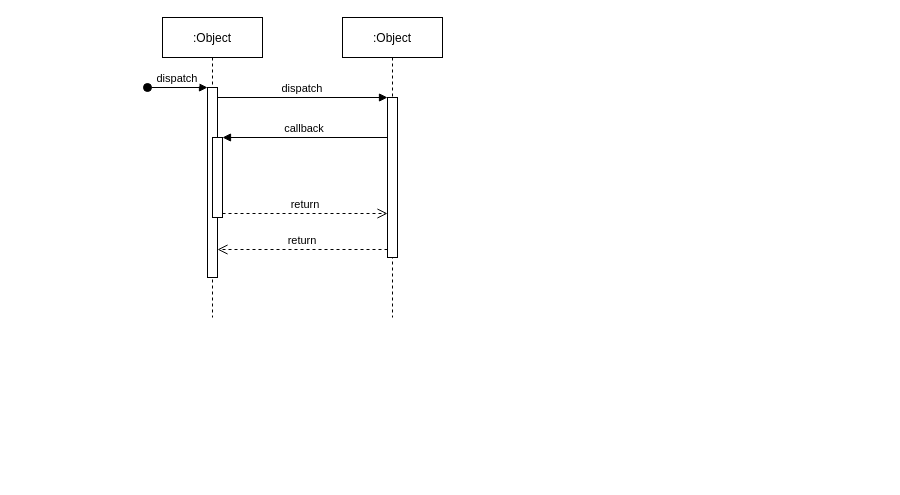
songlongGithub/CustomDemo keeps this draw.io diagram as Untitled Diagram.drawio. Above is the earlier version. Source tidied: cells renumbered, new cells numbered last; positions are measured from the earlier drawing's top-left corner, leaving out a move shared by most shapes. Both pictures are drawn from the tidied source at 100%, with x=0, y=0 at pixel (147, 17).
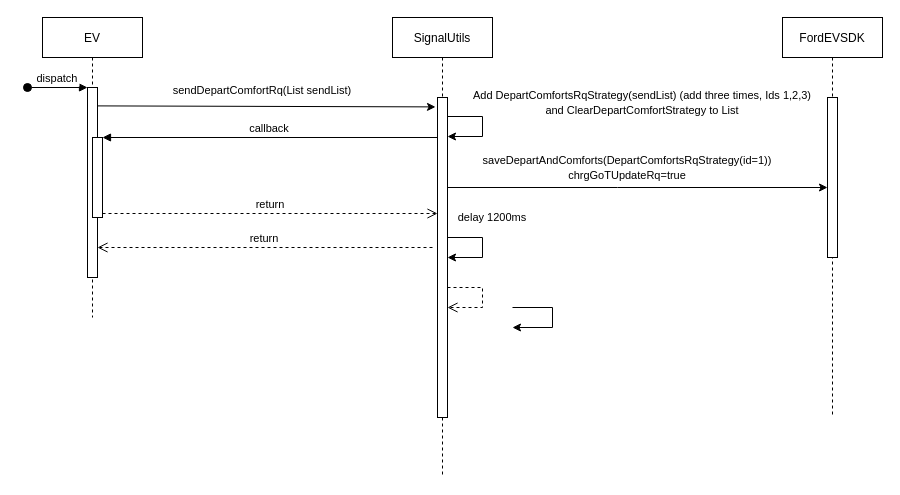
Above is the later version.

Unchanged cells that the change refers to:
```xml
<mxCell id="3" style="points=[];perimeter=orthogonalPerimeter;rounded=0;shadow=0;strokeWidth=1;" parent="2" vertex="1">
  <mxGeometry x="45" y="70" width="10" height="190" as="geometry" />
</mxCell>
```

Diff of the diagram source:
```diff
@@
-    <mxCell id="2" value=":Object" style="shape=umlLifeline;perimeter=lifelinePerimeter;rounded=0;shadow=0;strokeWidth=1;" parent="1" vertex="1">
-      <mxGeometry x="15" width="100" height="300" as="geometry" />
+    <mxCell id="2" value="EV" style="shape=umlLifeline;perimeter=lifelinePerimeter;rounded=0;shadow=0;strokeWidth=1;" parent="1" vertex="1">
+      <mxGeometry x="-105" width="100" height="300" as="geometry" />
     </mxCell>
@@
-    <mxCell id="6" value=":Object" style="shape=umlLifeline;perimeter=lifelinePerimeter;rounded=0;shadow=0;strokeWidth=1;" parent="1" vertex="1">
-      <mxGeometry x="195" width="100" height="300" as="geometry" />
+    <mxCell id="6" value="SignalUtils" style="shape=umlLifeline;perimeter=lifelinePerimeter;rounded=0;shadow=0;strokeWidth=1;" parent="1" vertex="1">
+      <mxGeometry x="245" width="100" height="460" as="geometry" />
     </mxCell>
     <mxCell id="7" style="points=[];perimeter=orthogonalPerimeter;rounded=0;shadow=0;strokeWidth=1;" parent="6" vertex="1">
-      <mxGeometry x="45" y="80" width="10" height="160" as="geometry" />
+      <mxGeometry x="45" y="80" width="10" height="320" as="geometry" />
     </mxCell>
+    <mxCell id="12" style="endArrow=none;html=1;rounded=0;labelBackgroundColor=default;fontFamily=Verdana;fontColor=default;" parent="6" edge="1">
+      <mxGeometry relative="1" as="geometry">
+        <mxPoint x="55" y="99" as="sourcePoint" />
+        <mxPoint x="90" y="99" as="targetPoint" />
+      </mxGeometry>
+    </mxCell>
+    <mxCell id="13" style="endArrow=none;html=1;rounded=0;labelBackgroundColor=default;fontFamily=Verdana;fontColor=default;" parent="6" edge="1">
+      <mxGeometry relative="1" as="geometry">
+        <mxPoint x="90" y="119" as="sourcePoint" />
+        <mxPoint x="90" y="99" as="targetPoint" />
+      </mxGeometry>
+    </mxCell>
+    <mxCell id="14" style="endArrow=classic;html=1;rounded=0;labelBackgroundColor=default;fontFamily=Verdana;fontColor=default;" parent="6" edge="1">
+      <mxGeometry relative="1" as="geometry">
+        <mxPoint x="90" y="119" as="sourcePoint" />
+        <mxPoint x="55" y="119" as="targetPoint" />
+      </mxGeometry>
+    </mxCell>
+    <mxCell id="15" style="endArrow=none;html=1;rounded=0;labelBackgroundColor=default;fontFamily=Verdana;fontColor=default;" parent="6" edge="1">
+      <mxGeometry relative="1" as="geometry">
+        <mxPoint x="55" y="220" as="sourcePoint" />
+        <mxPoint x="90" y="220" as="targetPoint" />
+      </mxGeometry>
+    </mxCell>
+    <mxCell id="16" style="endArrow=none;html=1;rounded=0;labelBackgroundColor=default;fontFamily=Verdana;fontColor=default;" parent="6" edge="1">
+      <mxGeometry relative="1" as="geometry">
+        <mxPoint x="90" y="240" as="sourcePoint" />
+        <mxPoint x="90" y="220" as="targetPoint" />
+      </mxGeometry>
+    </mxCell>
+    <mxCell id="17" style="endArrow=classic;html=1;rounded=0;labelBackgroundColor=default;fontFamily=Verdana;fontColor=default;" parent="6" edge="1">
+      <mxGeometry relative="1" as="geometry">
+        <mxPoint x="90" y="240" as="sourcePoint" />
+        <mxPoint x="55" y="240" as="targetPoint" />
+      </mxGeometry>
+    </mxCell>
+    <mxCell id="18" style="html=1;verticalAlign=bottom;endArrow=open;dashed=1;endSize=8;rounded=0;labelBackgroundColor=none;fontFamily=Verdana;fontSize=12;fontColor=#000000;" parent="6" edge="1">
+      <mxGeometry relative="1" as="geometry">
+        <mxPoint x="55" y="270" as="sourcePoint" />
+        <mxPoint x="55" y="290" as="targetPoint" />
+        <Array as="points">
+          <mxPoint x="90" y="270" />
+          <mxPoint x="90" y="290" />
+        </Array>
+      </mxGeometry>
+    </mxCell>
-    <mxCell id="8" value="return" style="verticalAlign=bottom;endArrow=open;dashed=1;endSize=8;exitX=0;exitY=0.95;shadow=0;strokeWidth=1;" parent="1" edge="1" source="7" target="3">
-      <mxGeometry relative="1" as="geometry" />
+    <mxCell id="8" value="return" style="verticalAlign=bottom;endArrow=open;dashed=1;endSize=8;shadow=0;strokeWidth=1;" parent="1" edge="1" target="3">
+      <mxGeometry relative="1" as="geometry">
+        <mxPoint x="285" y="230" as="sourcePoint" />
+      </mxGeometry>
     </mxCell>
-    <mxCell id="9" value="dispatch" style="verticalAlign=bottom;endArrow=block;entryX=0;entryY=0;shadow=0;strokeWidth=1;" parent="1" edge="1" source="3" target="7">
-      <mxGeometry relative="1" as="geometry" />
-    </mxCell>
@@
+    <mxCell id="19" value="FordEVSDK" style="shape=umlLifeline;perimeter=lifelinePerimeter;rounded=0;shadow=0;strokeWidth=1;" parent="1" vertex="1">
+      <mxGeometry x="635" width="100" height="400" as="geometry" />
+    </mxCell>
+    <mxCell id="20" style="perimeter=orthogonalPerimeter;rounded=0;shadow=0;strokeWidth=1;" parent="19" vertex="1">
+      <mxGeometry x="45" y="80" width="10" height="160" as="geometry" />
+    </mxCell>
+    <mxCell id="21" value="&lt;span style=&quot;font-size: 11px ; background-color: rgb(255 , 255 , 255) ; line-height: 1.2&quot;&gt;&lt;font face=&quot;Helvetica&quot; style=&quot;line-height: 1&quot;&gt;sendDepartComfortRq(List sendList)&lt;/font&gt;&lt;/span&gt;" style="text;html=1;strokeColor=none;fillColor=none;align=center;verticalAlign=middle;whiteSpace=wrap;rounded=0;labelBackgroundColor=none;fontFamily=Verdana;fontColor=default;" parent="1" vertex="1">
+      <mxGeometry x="-15" y="60" width="260" height="25" as="geometry" />
+    </mxCell>
+    <mxCell id="22" style="endArrow=classic;html=1;rounded=0;labelBackgroundColor=none;fontFamily=Helvetica;fontColor=default;" parent="1" edge="1" source="7">
+      <mxGeometry relative="1" as="geometry">
+        <mxPoint x="680" y="170" as="targetPoint" />
+        <Array as="points">
+          <mxPoint x="470" y="170" />
+        </Array>
+      </mxGeometry>
+    </mxCell>
+    <mxCell id="23" value="&lt;span style=&quot;font-family: &amp;quot;helvetica&amp;quot; ; font-size: 11px&quot;&gt;Add DepartComfortsRqStrategy(sendList) (add three times, Ids 1,2,3)&lt;br&gt;&lt;/span&gt;&lt;span style=&quot;font-family: &amp;quot;helvetica&amp;quot; ; font-size: 11px&quot;&gt;and ClearDepartComfortStrategy to&amp;nbsp;&lt;/span&gt;&lt;span style=&quot;font-family: &amp;quot;helvetica&amp;quot; ; font-size: 11px&quot;&gt;List&lt;/span&gt;" style="text;html=1;strokeColor=none;fillColor=none;align=center;verticalAlign=middle;whiteSpace=wrap;rounded=0;labelBackgroundColor=none;fontFamily=Verdana;fontColor=default;" parent="1" vertex="1">
+      <mxGeometry x="305" y="70" width="380" height="30" as="geometry" />
+    </mxCell>
+    <mxCell id="24" style="endArrow=classic;html=1;rounded=0;labelBackgroundColor=none;fontFamily=Helvetica;fontColor=default;entryX=0;entryY=0.059;entryDx=0;entryDy=0;entryPerimeter=0;exitX=1.2;exitY=0.097;exitDx=0;exitDy=0;exitPerimeter=0;" parent="1" edge="1">
+      <mxGeometry relative="1" as="geometry">
+        <mxPoint x="-50" y="88.4" as="sourcePoint" />
+        <mxPoint x="288" y="89.4" as="targetPoint" />
+      </mxGeometry>
+    </mxCell>
+    <mxCell id="25" value="&lt;span style=&quot;font-size: 11px ; background-color: rgb(255 , 255 , 255) ; line-height: 1.2&quot;&gt;&lt;font face=&quot;Helvetica&quot; style=&quot;line-height: 1&quot;&gt;saveDepartAndComforts(DepartComfortsRqStrategy(id=1)) chrgGoTUpdateRq=true&lt;/font&gt;&lt;/span&gt;" style="text;html=1;strokeColor=none;fillColor=none;align=center;verticalAlign=middle;whiteSpace=wrap;rounded=0;labelBackgroundColor=none;fontFamily=Verdana;fontColor=default;" parent="1" vertex="1">
+      <mxGeometry x="305" y="137.5" width="350" height="25" as="geometry" />
+    </mxCell>
+    <mxCell id="26" value="&lt;span style=&quot;font-size: 11px ; background-color: rgb(255 , 255 , 255) ; line-height: 1.2&quot;&gt;&lt;font face=&quot;Helvetica&quot; style=&quot;line-height: 1&quot;&gt;delay 1200ms&lt;/font&gt;&lt;/span&gt;" style="text;html=1;strokeColor=none;fillColor=none;align=center;verticalAlign=middle;whiteSpace=wrap;rounded=0;labelBackgroundColor=none;fontFamily=Verdana;fontColor=default;" parent="1" vertex="1">
+      <mxGeometry x="305" y="189.4" width="80" height="21.2" as="geometry" />
+    </mxCell>
+    <mxCell id="27" style="endArrow=classic;html=1;rounded=0;" parent="1" edge="1">
+      <mxGeometry relative="1" as="geometry">
+        <mxPoint x="365" y="290" as="sourcePoint" />
+        <mxPoint x="365" y="310" as="targetPoint" />
+        <Array as="points">
+          <mxPoint x="405" y="290" />
+          <mxPoint x="405" y="310" />
+        </Array>
+      </mxGeometry>
+    </mxCell>
```
